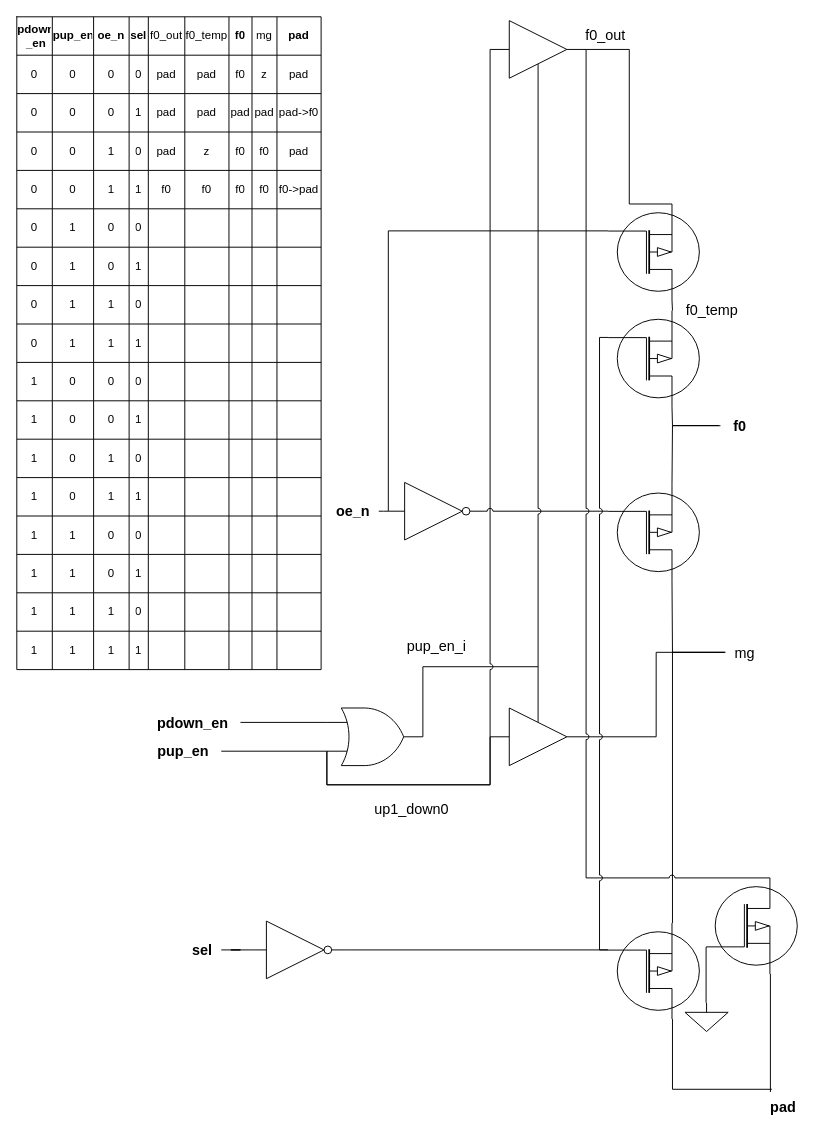
Above: electrical/tb_pin_mux.drawio in xiongwei0714/drawio (draw.io), before the change. Source tidied: cells renumbered, new cells numbered last; positions are measured from the earlier drawing's top-left corner, leaving out a move shared by most shapes. Both pictures are drawn from the tidied source at 96%, with x=0, y=0 at pixel (16, 16).
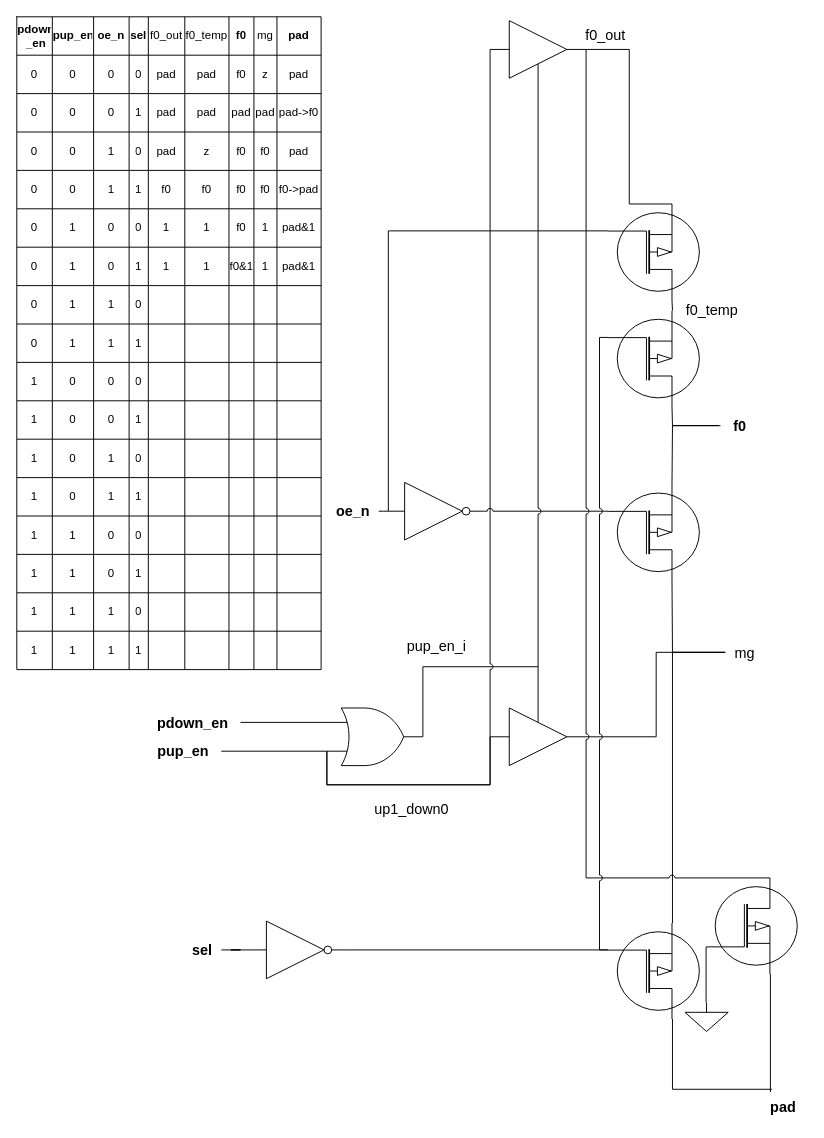
After the change.

The change refers to these unchanged cells:
```xml
<mxCell id="46" style="shape=tableRow;horizontal=0;startSize=0;swimlaneHead=0;swimlaneBody=0;strokeColor=inherit;top=0;left=0;bottom=0;right=0;fillColor=none;" parent="45" vertex="1">
  <mxGeometry width="317" height="40" as="geometry" />
</mxCell>
<mxCell id="56" style="shape=tableRow;horizontal=0;startSize=0;swimlaneHead=0;swimlaneBody=0;strokeColor=inherit;top=0;left=0;bottom=0;right=0;fillColor=none;" parent="45" vertex="1">
  <mxGeometry y="40" width="317" height="40" as="geometry" />
</mxCell>
<mxCell id="66" style="shape=tableRow;horizontal=0;startSize=0;swimlaneHead=0;swimlaneBody=0;strokeColor=inherit;top=0;left=0;bottom=0;right=0;fillColor=none;" parent="45" vertex="1">
  <mxGeometry y="80" width="317" height="40" as="geometry" />
</mxCell>
<mxCell id="76" style="shape=tableRow;horizontal=0;startSize=0;swimlaneHead=0;swimlaneBody=0;strokeColor=inherit;top=0;left=0;bottom=0;right=0;fillColor=none;" parent="45" vertex="1">
  <mxGeometry y="120" width="317" height="40" as="geometry" />
</mxCell>
<mxCell id="86" style="shape=tableRow;horizontal=0;startSize=0;swimlaneHead=0;swimlaneBody=0;strokeColor=inherit;top=0;left=0;bottom=0;right=0;fillColor=none;" parent="45" vertex="1">
  <mxGeometry y="160" width="317" height="40" as="geometry" />
</mxCell>
<mxCell id="96" style="shape=tableRow;horizontal=0;startSize=0;swimlaneHead=0;swimlaneBody=0;strokeColor=inherit;top=0;left=0;bottom=0;right=0;fillColor=none;" parent="45" vertex="1">
  <mxGeometry y="200" width="317" height="40" as="geometry" />
</mxCell>
<mxCell id="106" style="shape=tableRow;horizontal=0;startSize=0;swimlaneHead=0;swimlaneBody=0;strokeColor=inherit;top=0;left=0;bottom=0;right=0;fillColor=none;" parent="45" vertex="1">
  <mxGeometry y="240" width="317" height="40" as="geometry" />
</mxCell>
<mxCell id="116" style="shape=tableRow;horizontal=0;startSize=0;swimlaneHead=0;swimlaneBody=0;strokeColor=inherit;top=0;left=0;bottom=0;right=0;fillColor=none;" parent="45" vertex="1">
  <mxGeometry y="280" width="317" height="40" as="geometry" />
</mxCell>
<mxCell id="126" style="shape=tableRow;horizontal=0;startSize=0;swimlaneHead=0;swimlaneBody=0;strokeColor=inherit;top=0;left=0;bottom=0;right=0;fillColor=none;" parent="45" vertex="1">
  <mxGeometry y="320" width="317" height="40" as="geometry" />
</mxCell>
<mxCell id="136" style="shape=tableRow;horizontal=0;startSize=0;swimlaneHead=0;swimlaneBody=0;strokeColor=inherit;top=0;left=0;bottom=0;right=0;fillColor=none;" parent="45" vertex="1">
  <mxGeometry y="360" width="317" height="40" as="geometry" />
</mxCell>
<mxCell id="146" style="shape=tableRow;horizontal=0;startSize=0;swimlaneHead=0;swimlaneBody=0;strokeColor=inherit;top=0;left=0;bottom=0;right=0;fillColor=none;" parent="45" vertex="1">
  <mxGeometry y="400" width="317" height="40" as="geometry" />
</mxCell>
<mxCell id="156" style="shape=tableRow;horizontal=0;startSize=0;swimlaneHead=0;swimlaneBody=0;strokeColor=inherit;top=0;left=0;bottom=0;right=0;fillColor=none;" parent="45" vertex="1">
  <mxGeometry y="440" width="317" height="40" as="geometry" />
</mxCell>
<mxCell id="166" style="shape=tableRow;horizontal=0;startSize=0;swimlaneHead=0;swimlaneBody=0;strokeColor=inherit;top=0;left=0;bottom=0;right=0;fillColor=none;" parent="45" vertex="1">
  <mxGeometry y="480" width="317" height="40" as="geometry" />
</mxCell>
<mxCell id="176" style="shape=tableRow;horizontal=0;startSize=0;swimlaneHead=0;swimlaneBody=0;strokeColor=inherit;top=0;left=0;bottom=0;right=0;fillColor=none;" parent="45" vertex="1">
  <mxGeometry y="520" width="317" height="40" as="geometry" />
</mxCell>
<mxCell id="186" style="shape=tableRow;horizontal=0;startSize=0;swimlaneHead=0;swimlaneBody=0;strokeColor=inherit;top=0;left=0;bottom=0;right=0;fillColor=none;" parent="45" vertex="1">
  <mxGeometry y="560" width="317" height="40" as="geometry" />
</mxCell>
<mxCell id="196" style="shape=tableRow;horizontal=0;startSize=0;swimlaneHead=0;swimlaneBody=0;strokeColor=inherit;top=0;left=0;bottom=0;right=0;fillColor=none;" parent="45" vertex="1">
  <mxGeometry y="600" width="317" height="40" as="geometry" />
</mxCell>
<mxCell id="206" style="shape=tableRow;horizontal=0;startSize=0;swimlaneHead=0;swimlaneBody=0;strokeColor=inherit;top=0;left=0;bottom=0;right=0;fillColor=none;" parent="45" vertex="1">
  <mxGeometry y="640" width="317" height="40" as="geometry" />
</mxCell>
```

The edit, as a diff of the source:
```diff
@@
     <mxCell id="53" value="&lt;b&gt;f0&lt;/b&gt;" style="shape=partialRectangle;html=1;whiteSpace=wrap;strokeColor=inherit;overflow=hidden;fillColor=none;top=0;left=0;bottom=0;right=0;" parent="46" vertex="1">
-      <mxGeometry x="221" width="24" height="40" as="geometry" />
+      <mxGeometry x="221" width="26" height="40" as="geometry" />
     </mxCell>
     <mxCell id="54" value="mg" style="shape=partialRectangle;html=1;whiteSpace=wrap;strokeColor=inherit;overflow=hidden;fillColor=none;top=0;left=0;bottom=0;right=0;" parent="46" vertex="1">
-      <mxGeometry x="245" width="26" height="40" as="geometry" />
+      <mxGeometry x="247" width="24" height="40" as="geometry" />
     </mxCell>
@@
     <mxCell id="63" value="f0" style="shape=partialRectangle;html=1;whiteSpace=wrap;strokeColor=inherit;overflow=hidden;fillColor=none;top=0;left=0;bottom=0;right=0;" parent="56" vertex="1">
-      <mxGeometry x="221" width="24" height="40" as="geometry" />
+      <mxGeometry x="221" width="26" height="40" as="geometry" />
     </mxCell>
     <mxCell id="64" value="z" style="shape=partialRectangle;html=1;whiteSpace=wrap;strokeColor=inherit;overflow=hidden;fillColor=none;top=0;left=0;bottom=0;right=0;" parent="56" vertex="1">
-      <mxGeometry x="245" width="26" height="40" as="geometry" />
+      <mxGeometry x="247" width="24" height="40" as="geometry" />
     </mxCell>
@@
     <mxCell id="73" value="pad" style="shape=partialRectangle;html=1;whiteSpace=wrap;strokeColor=inherit;overflow=hidden;fillColor=none;top=0;left=0;bottom=0;right=0;" parent="66" vertex="1">
-      <mxGeometry x="221" width="24" height="40" as="geometry" />
+      <mxGeometry x="221" width="26" height="40" as="geometry" />
     </mxCell>
     <mxCell id="74" value="pad" style="shape=partialRectangle;html=1;whiteSpace=wrap;strokeColor=inherit;overflow=hidden;fillColor=none;top=0;left=0;bottom=0;right=0;" parent="66" vertex="1">
-      <mxGeometry x="245" width="26" height="40" as="geometry" />
+      <mxGeometry x="247" width="24" height="40" as="geometry" />
     </mxCell>
@@
     <mxCell id="83" value="f0" style="shape=partialRectangle;html=1;whiteSpace=wrap;strokeColor=inherit;overflow=hidden;fillColor=none;top=0;left=0;bottom=0;right=0;" parent="76" vertex="1">
-      <mxGeometry x="221" width="24" height="40" as="geometry" />
+      <mxGeometry x="221" width="26" height="40" as="geometry" />
     </mxCell>
     <mxCell id="84" value="f0" style="shape=partialRectangle;html=1;whiteSpace=wrap;strokeColor=inherit;overflow=hidden;fillColor=none;top=0;left=0;bottom=0;right=0;" parent="76" vertex="1">
-      <mxGeometry x="245" width="26" height="40" as="geometry" />
+      <mxGeometry x="247" width="24" height="40" as="geometry" />
     </mxCell>
@@
     <mxCell id="93" value="f0" style="shape=partialRectangle;html=1;whiteSpace=wrap;strokeColor=inherit;overflow=hidden;fillColor=none;top=0;left=0;bottom=0;right=0;" parent="86" vertex="1">
-      <mxGeometry x="221" width="24" height="40" as="geometry" />
+      <mxGeometry x="221" width="26" height="40" as="geometry" />
     </mxCell>
     <mxCell id="94" value="f0" style="shape=partialRectangle;html=1;whiteSpace=wrap;strokeColor=inherit;overflow=hidden;fillColor=none;top=0;left=0;bottom=0;right=0;" parent="86" vertex="1">
-      <mxGeometry x="245" width="26" height="40" as="geometry" />
+      <mxGeometry x="247" width="24" height="40" as="geometry" />
     </mxCell>
@@
-    <mxCell id="101" style="shape=partialRectangle;html=1;whiteSpace=wrap;strokeColor=inherit;overflow=hidden;fillColor=none;top=0;left=0;bottom=0;right=0;" parent="96" vertex="1">
+    <mxCell id="101" value="1" style="shape=partialRectangle;html=1;whiteSpace=wrap;strokeColor=inherit;overflow=hidden;fillColor=none;top=0;left=0;bottom=0;right=0;" parent="96" vertex="1">
       <mxGeometry x="137" width="38" height="40" as="geometry" />
     </mxCell>
-    <mxCell id="102" style="shape=partialRectangle;html=1;whiteSpace=wrap;strokeColor=inherit;overflow=hidden;fillColor=none;top=0;left=0;bottom=0;right=0;" parent="96" vertex="1">
+    <mxCell id="102" value="1" style="shape=partialRectangle;html=1;whiteSpace=wrap;strokeColor=inherit;overflow=hidden;fillColor=none;top=0;left=0;bottom=0;right=0;" parent="96" vertex="1">
       <mxGeometry x="175" width="46" height="40" as="geometry" />
     </mxCell>
-    <mxCell id="103" style="shape=partialRectangle;html=1;whiteSpace=wrap;strokeColor=inherit;overflow=hidden;fillColor=none;top=0;left=0;bottom=0;right=0;" parent="96" vertex="1">
-      <mxGeometry x="221" width="24" height="40" as="geometry" />
+    <mxCell id="103" value="f0" style="shape=partialRectangle;html=1;whiteSpace=wrap;strokeColor=inherit;overflow=hidden;fillColor=none;top=0;left=0;bottom=0;right=0;" parent="96" vertex="1">
+      <mxGeometry x="221" width="26" height="40" as="geometry" />
     </mxCell>
-    <mxCell id="104" style="shape=partialRectangle;html=1;whiteSpace=wrap;strokeColor=inherit;overflow=hidden;fillColor=none;top=0;left=0;bottom=0;right=0;" parent="96" vertex="1">
-      <mxGeometry x="245" width="26" height="40" as="geometry" />
+    <mxCell id="104" value="1" style="shape=partialRectangle;html=1;whiteSpace=wrap;strokeColor=inherit;overflow=hidden;fillColor=none;top=0;left=0;bottom=0;right=0;" parent="96" vertex="1">
+      <mxGeometry x="247" width="24" height="40" as="geometry" />
     </mxCell>
-    <mxCell id="105" style="shape=partialRectangle;html=1;whiteSpace=wrap;strokeColor=inherit;overflow=hidden;fillColor=none;top=0;left=0;bottom=0;right=0;" parent="96" vertex="1">
+    <mxCell id="105" value="pad&amp;amp;1" style="shape=partialRectangle;html=1;whiteSpace=wrap;strokeColor=inherit;overflow=hidden;fillColor=none;top=0;left=0;bottom=0;right=0;" parent="96" vertex="1">
       <mxGeometry x="271" width="46" height="40" as="geometry" />
     </mxCell>
@@
-    <mxCell id="111" style="shape=partialRectangle;html=1;whiteSpace=wrap;strokeColor=inherit;overflow=hidden;fillColor=none;top=0;left=0;bottom=0;right=0;" parent="106" vertex="1">
+    <mxCell id="111" value="1" style="shape=partialRectangle;html=1;whiteSpace=wrap;strokeColor=inherit;overflow=hidden;fillColor=none;top=0;left=0;bottom=0;right=0;" parent="106" vertex="1">
       <mxGeometry x="137" width="38" height="40" as="geometry" />
     </mxCell>
-    <mxCell id="112" style="shape=partialRectangle;html=1;whiteSpace=wrap;strokeColor=inherit;overflow=hidden;fillColor=none;top=0;left=0;bottom=0;right=0;" parent="106" vertex="1">
+    <mxCell id="112" value="1" style="shape=partialRectangle;html=1;whiteSpace=wrap;strokeColor=inherit;overflow=hidden;fillColor=none;top=0;left=0;bottom=0;right=0;" parent="106" vertex="1">
       <mxGeometry x="175" width="46" height="40" as="geometry" />
     </mxCell>
-    <mxCell id="113" style="shape=partialRectangle;html=1;whiteSpace=wrap;strokeColor=inherit;overflow=hidden;fillColor=none;top=0;left=0;bottom=0;right=0;" parent="106" vertex="1">
-      <mxGeometry x="221" width="24" height="40" as="geometry" />
+    <mxCell id="113" value="f0&amp;amp;1" style="shape=partialRectangle;html=1;whiteSpace=wrap;strokeColor=inherit;overflow=hidden;fillColor=none;top=0;left=0;bottom=0;right=0;" parent="106" vertex="1">
+      <mxGeometry x="221" width="26" height="40" as="geometry" />
     </mxCell>
-    <mxCell id="114" style="shape=partialRectangle;html=1;whiteSpace=wrap;strokeColor=inherit;overflow=hidden;fillColor=none;top=0;left=0;bottom=0;right=0;" parent="106" vertex="1">
-      <mxGeometry x="245" width="26" height="40" as="geometry" />
+    <mxCell id="114" value="1" style="shape=partialRectangle;html=1;whiteSpace=wrap;strokeColor=inherit;overflow=hidden;fillColor=none;top=0;left=0;bottom=0;right=0;" parent="106" vertex="1">
+      <mxGeometry x="247" width="24" height="40" as="geometry" />
     </mxCell>
-    <mxCell id="115" style="shape=partialRectangle;html=1;whiteSpace=wrap;strokeColor=inherit;overflow=hidden;fillColor=none;top=0;left=0;bottom=0;right=0;" parent="106" vertex="1">
+    <mxCell id="115" value="pad&amp;amp;1" style="shape=partialRectangle;html=1;whiteSpace=wrap;strokeColor=inherit;overflow=hidden;fillColor=none;top=0;left=0;bottom=0;right=0;" parent="106" vertex="1">
       <mxGeometry x="271" width="46" height="40" as="geometry" />
     </mxCell>
@@
     <mxCell id="123" style="shape=partialRectangle;html=1;whiteSpace=wrap;strokeColor=inherit;overflow=hidden;fillColor=none;top=0;left=0;bottom=0;right=0;" parent="116" vertex="1">
-      <mxGeometry x="221" width="24" height="40" as="geometry" />
+      <mxGeometry x="221" width="26" height="40" as="geometry" />
     </mxCell>
     <mxCell id="124" style="shape=partialRectangle;html=1;whiteSpace=wrap;strokeColor=inherit;overflow=hidden;fillColor=none;top=0;left=0;bottom=0;right=0;" parent="116" vertex="1">
-      <mxGeometry x="245" width="26" height="40" as="geometry" />
+      <mxGeometry x="247" width="24" height="40" as="geometry" />
     </mxCell>
@@
     <mxCell id="133" style="shape=partialRectangle;html=1;whiteSpace=wrap;strokeColor=inherit;overflow=hidden;fillColor=none;top=0;left=0;bottom=0;right=0;" parent="126" vertex="1">
-      <mxGeometry x="221" width="24" height="40" as="geometry" />
+      <mxGeometry x="221" width="26" height="40" as="geometry" />
     </mxCell>
     <mxCell id="134" style="shape=partialRectangle;html=1;whiteSpace=wrap;strokeColor=inherit;overflow=hidden;fillColor=none;top=0;left=0;bottom=0;right=0;" parent="126" vertex="1">
-      <mxGeometry x="245" width="26" height="40" as="geometry" />
+      <mxGeometry x="247" width="24" height="40" as="geometry" />
     </mxCell>
@@
     <mxCell id="143" style="shape=partialRectangle;html=1;whiteSpace=wrap;strokeColor=inherit;overflow=hidden;fillColor=none;top=0;left=0;bottom=0;right=0;" parent="136" vertex="1">
-      <mxGeometry x="221" width="24" height="40" as="geometry" />
+      <mxGeometry x="221" width="26" height="40" as="geometry" />
     </mxCell>
     <mxCell id="144" style="shape=partialRectangle;html=1;whiteSpace=wrap;strokeColor=inherit;overflow=hidden;fillColor=none;top=0;left=0;bottom=0;right=0;" parent="136" vertex="1">
-      <mxGeometry x="245" width="26" height="40" as="geometry" />
+      <mxGeometry x="247" width="24" height="40" as="geometry" />
     </mxCell>
@@
     <mxCell id="153" style="shape=partialRectangle;html=1;whiteSpace=wrap;strokeColor=inherit;overflow=hidden;fillColor=none;top=0;left=0;bottom=0;right=0;" parent="146" vertex="1">
-      <mxGeometry x="221" width="24" height="40" as="geometry" />
+      <mxGeometry x="221" width="26" height="40" as="geometry" />
     </mxCell>
     <mxCell id="154" style="shape=partialRectangle;html=1;whiteSpace=wrap;strokeColor=inherit;overflow=hidden;fillColor=none;top=0;left=0;bottom=0;right=0;" parent="146" vertex="1">
-      <mxGeometry x="245" width="26" height="40" as="geometry" />
+      <mxGeometry x="247" width="24" height="40" as="geometry" />
     </mxCell>
@@
     <mxCell id="163" style="shape=partialRectangle;html=1;whiteSpace=wrap;strokeColor=inherit;overflow=hidden;fillColor=none;top=0;left=0;bottom=0;right=0;" parent="156" vertex="1">
-      <mxGeometry x="221" width="24" height="40" as="geometry" />
+      <mxGeometry x="221" width="26" height="40" as="geometry" />
     </mxCell>
     <mxCell id="164" style="shape=partialRectangle;html=1;whiteSpace=wrap;strokeColor=inherit;overflow=hidden;fillColor=none;top=0;left=0;bottom=0;right=0;" parent="156" vertex="1">
-      <mxGeometry x="245" width="26" height="40" as="geometry" />
+      <mxGeometry x="247" width="24" height="40" as="geometry" />
     </mxCell>
@@
     <mxCell id="173" style="shape=partialRectangle;html=1;whiteSpace=wrap;strokeColor=inherit;overflow=hidden;fillColor=none;top=0;left=0;bottom=0;right=0;" parent="166" vertex="1">
-      <mxGeometry x="221" width="24" height="40" as="geometry" />
+      <mxGeometry x="221" width="26" height="40" as="geometry" />
     </mxCell>
     <mxCell id="174" style="shape=partialRectangle;html=1;whiteSpace=wrap;strokeColor=inherit;overflow=hidden;fillColor=none;top=0;left=0;bottom=0;right=0;" parent="166" vertex="1">
-      <mxGeometry x="245" width="26" height="40" as="geometry" />
+      <mxGeometry x="247" width="24" height="40" as="geometry" />
     </mxCell>
@@
     <mxCell id="183" style="shape=partialRectangle;html=1;whiteSpace=wrap;strokeColor=inherit;overflow=hidden;fillColor=none;top=0;left=0;bottom=0;right=0;" parent="176" vertex="1">
-      <mxGeometry x="221" width="24" height="40" as="geometry" />
+      <mxGeometry x="221" width="26" height="40" as="geometry" />
     </mxCell>
     <mxCell id="184" style="shape=partialRectangle;html=1;whiteSpace=wrap;strokeColor=inherit;overflow=hidden;fillColor=none;top=0;left=0;bottom=0;right=0;" parent="176" vertex="1">
-      <mxGeometry x="245" width="26" height="40" as="geometry" />
+      <mxGeometry x="247" width="24" height="40" as="geometry" />
     </mxCell>
@@
     <mxCell id="193" style="shape=partialRectangle;html=1;whiteSpace=wrap;strokeColor=inherit;overflow=hidden;fillColor=none;top=0;left=0;bottom=0;right=0;" parent="186" vertex="1">
-      <mxGeometry x="221" width="24" height="40" as="geometry" />
+      <mxGeometry x="221" width="26" height="40" as="geometry" />
     </mxCell>
     <mxCell id="194" style="shape=partialRectangle;html=1;whiteSpace=wrap;strokeColor=inherit;overflow=hidden;fillColor=none;top=0;left=0;bottom=0;right=0;" parent="186" vertex="1">
-      <mxGeometry x="245" width="26" height="40" as="geometry" />
+      <mxGeometry x="247" width="24" height="40" as="geometry" />
     </mxCell>
@@
     <mxCell id="203" style="shape=partialRectangle;html=1;whiteSpace=wrap;strokeColor=inherit;overflow=hidden;fillColor=none;top=0;left=0;bottom=0;right=0;" parent="196" vertex="1">
-      <mxGeometry x="221" width="24" height="40" as="geometry" />
+      <mxGeometry x="221" width="26" height="40" as="geometry" />
     </mxCell>
     <mxCell id="204" style="shape=partialRectangle;html=1;whiteSpace=wrap;strokeColor=inherit;overflow=hidden;fillColor=none;top=0;left=0;bottom=0;right=0;" parent="196" vertex="1">
-      <mxGeometry x="245" width="26" height="40" as="geometry" />
+      <mxGeometry x="247" width="24" height="40" as="geometry" />
     </mxCell>
@@
     <mxCell id="213" style="shape=partialRectangle;html=1;whiteSpace=wrap;strokeColor=inherit;overflow=hidden;fillColor=none;top=0;left=0;bottom=0;right=0;" parent="206" vertex="1">
-      <mxGeometry x="221" width="24" height="40" as="geometry" />
+      <mxGeometry x="221" width="26" height="40" as="geometry" />
     </mxCell>
     <mxCell id="214" style="shape=partialRectangle;html=1;whiteSpace=wrap;strokeColor=inherit;overflow=hidden;fillColor=none;top=0;left=0;bottom=0;right=0;" parent="206" vertex="1">
-      <mxGeometry x="245" width="26" height="40" as="geometry" />
+      <mxGeometry x="247" width="24" height="40" as="geometry" />
     </mxCell>
```
